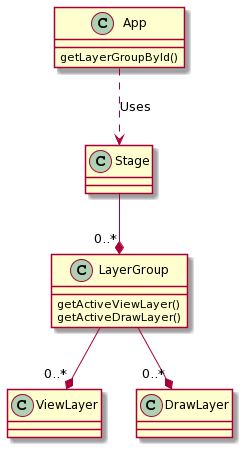
Above: resources/doc/img/classes-layers.png in ivmartel/dwv (PlantUML), before the change. Source of this version:
```plantuml
@startuml
class App {
  getLayerGroupById()
}
class Stage
class LayerGroup {
  getActiveViewLayer()
  getActiveDrawLayer()
}
class ViewLayer
class DrawLayer

App ..> Stage: Uses
Stage --* "0..*" LayerGroup
LayerGroup --* "0..*" ViewLayer
LayerGroup --* "0..*" DrawLayer
@enduml
```
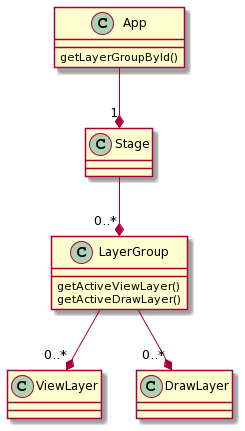
After the change.

Change to the diagram source:
```diff
@@ -10,7 +10,7 @@
 class ViewLayer
 class DrawLayer
 
-App ..> Stage: Uses
+App --* "1" Stage
 Stage --* "0..*" LayerGroup
 LayerGroup --* "0..*" ViewLayer
 LayerGroup --* "0..*" DrawLayer
```
